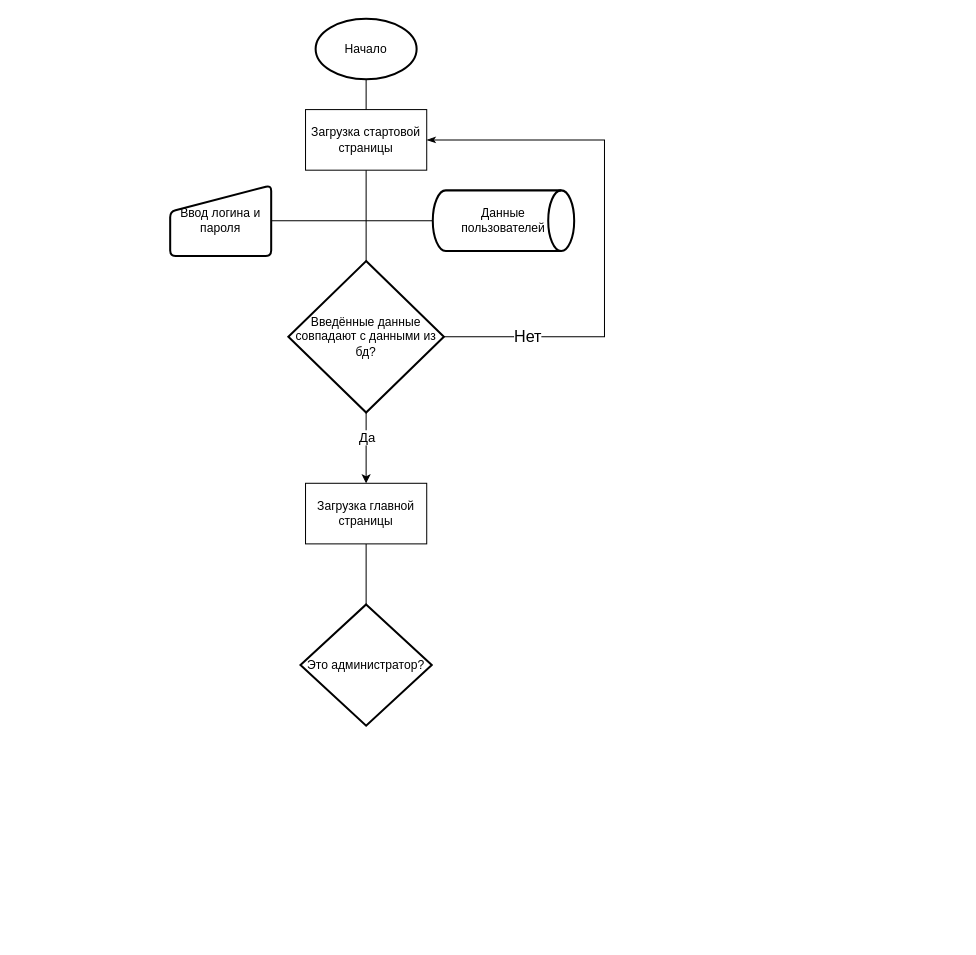
This is 2022glo1.drawio from FortunaMAKSIM/glo, a draw.io file, before an edit. Source tidied: cells renumbered, new cells numbered last; positions are measured from the earlier drawing's top-left corner, leaving out a move shared by most shapes. Both pictures are drawn from the tidied source at 101%, with x=0, y=0 at pixel (170, 18).
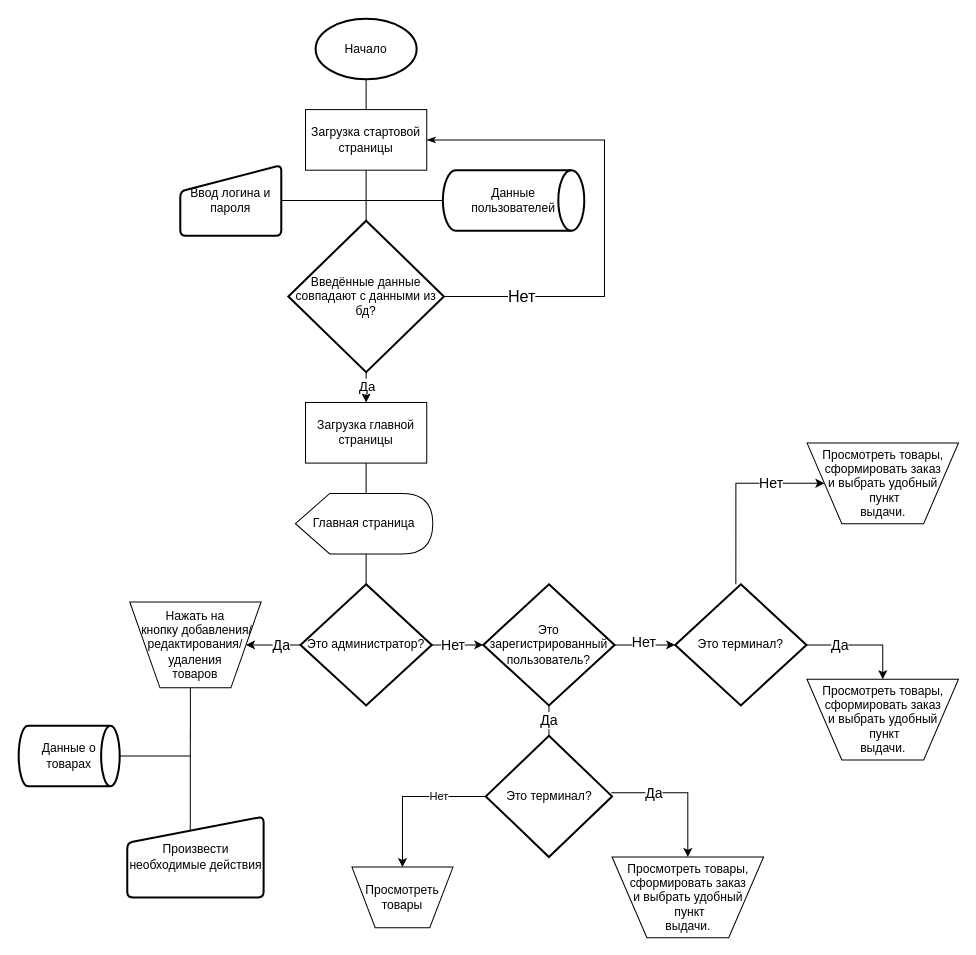
The same page after the edit.

The change refers to these unchanged cells:
```xml
<mxCell id="3" value="Загрузка стартовой&lt;br&gt;страницы" style="rounded=0;whiteSpace=wrap;html=1;" parent="1" vertex="1">
  <mxGeometry x="134" y="90" width="120" height="60" as="geometry" />
</mxCell>
```

Diff of the diagram source:
```diff
@@
     <mxCell id="5" value="Введённые данные совпадают с данными из бд?" style="strokeWidth=2;html=1;shape=mxgraph.flowchart.decision;whiteSpace=wrap;" parent="1" vertex="1">
-      <mxGeometry x="117" y="240" width="154" height="150" as="geometry" />
+      <mxGeometry x="117" y="200" width="154" height="150" as="geometry" />
     </mxCell>
@@
     <mxCell id="7" style="endArrow=classicThin;html=1;rounded=0;exitX=1;exitY=0.5;exitDx=0;exitDy=0;exitPerimeter=0;strokeWidth=1;edgeStyle=orthogonalEdgeStyle;entryX=1;entryY=0.5;entryDx=0;entryDy=0;fontSize=16;startArrow=none;startFill=0;endFill=1;" parent="1" edge="1" source="5" target="3">
       <mxGeometry relative="1" as="geometry">
         <Array as="points">
-          <mxPoint x="430" y="315" />
+          <mxPoint x="430" y="275" />
           <mxPoint x="430" y="120" />
         </Array>
       </mxGeometry>
     </mxCell>
@@
-    <mxCell id="9" style="endArrow=classic;html=1;rounded=0;exitX=0.5;exitY=1;exitDx=0;exitDy=0;exitPerimeter=0;endFill=1;" parent="1" edge="1" source="5">
-      <mxGeometry relative="1" as="geometry">
-        <mxPoint x="194" y="460" as="targetPoint" />
-      </mxGeometry>
+    <mxCell id="9" style="endArrow=classic;html=1;rounded=0;exitX=0.5;exitY=1;exitDx=0;exitDy=0;exitPerimeter=0;endFill=1;entryX=0.5;entryY=0;entryDx=0;entryDy=0;" parent="1" edge="1" source="5" target="15">
+      <mxGeometry relative="1" as="geometry" />
     </mxCell>
@@
     <mxCell id="11" value="Данные&lt;br&gt;пользователей" style="strokeWidth=2;html=1;shape=mxgraph.flowchart.direct_data;whiteSpace=wrap;" parent="1" vertex="1">
-      <mxGeometry x="260" y="170" width="140" height="60" as="geometry" />
+      <mxGeometry x="270" y="150" width="140" height="60" as="geometry" />
     </mxCell>
     <mxCell id="12" value="Ввод логина и пароля" style="html=1;strokeWidth=2;shape=manualInput;whiteSpace=wrap;rounded=1;size=26;arcSize=11;" parent="1" vertex="1">
-      <mxGeometry y="165" width="100" height="70" as="geometry" />
+      <mxGeometry x="10" y="145" width="100" height="70" as="geometry" />
     </mxCell>
@@
     <mxCell id="14" value="Это администратор?" style="strokeWidth=2;html=1;shape=mxgraph.flowchart.decision;whiteSpace=wrap;" parent="1" vertex="1">
-      <mxGeometry x="129" y="580" width="130" height="120" as="geometry" />
+      <mxGeometry x="129" y="560" width="130" height="120" as="geometry" />
     </mxCell>
     <mxCell id="15" value="Загрузка главной страницы" style="rounded=0;whiteSpace=wrap;html=1;" parent="1" vertex="1">
-      <mxGeometry x="134" y="460" width="120" height="60" as="geometry" />
+      <mxGeometry x="134" y="380" width="120" height="60" as="geometry" />
     </mxCell>
-    <mxCell id="16" style="endArrow=none;html=1;rounded=0;entryX=0.5;entryY=1;entryDx=0;entryDy=0;exitX=0.5;exitY=0;exitDx=0;exitDy=0;exitPerimeter=0;" parent="1" edge="1" source="14" target="15">
+    <mxCell id="16" style="endArrow=none;html=1;rounded=0;entryX=0.5;entryY=1;entryDx=0;entryDy=0;exitX=0;exitY=0;exitDx=70;exitDy=0;exitPerimeter=0;" parent="1" edge="1" source="17" target="15">
       <mxGeometry relative="1" as="geometry" />
     </mxCell>
+    <mxCell id="17" value="Главная страница" style="shape=display;whiteSpace=wrap;html=1;" parent="1" vertex="1">
+      <mxGeometry x="124" y="470" width="136" height="60" as="geometry" />
+    </mxCell>
+    <mxCell id="18" style="endArrow=none;html=1;rounded=0;entryX=0;entryY=0;entryDx=70;entryDy=60;entryPerimeter=0;exitX=0.5;exitY=0;exitDx=0;exitDy=0;exitPerimeter=0;" parent="1" edge="1" source="14" target="17">
+      <mxGeometry relative="1" as="geometry" />
+    </mxCell>
+    <mxCell id="19" value="Нажать на&lt;br&gt;&amp;nbsp;кнопку&amp;nbsp;добавления/редактирования/удаления&lt;br&gt;товаров" style="verticalLabelPosition=middle;verticalAlign=middle;html=1;shape=trapezoid;perimeter=trapezoidPerimeter;whiteSpace=wrap;size=0.23;arcSize=10;flipV=1;labelPosition=center;align=center;" parent="1" vertex="1">
+      <mxGeometry x="-40" y="577.5" width="130" height="85" as="geometry" />
+    </mxCell>
+    <mxCell id="20" style="endArrow=none;html=1;rounded=0;entryX=0;entryY=0.5;entryDx=0;entryDy=0;entryPerimeter=0;exitX=1;exitY=0.5;exitDx=0;exitDy=0;startArrow=classic;startFill=1;" parent="1" edge="1" source="19" target="14">
+      <mxGeometry relative="1" as="geometry" />
+    </mxCell>
+    <mxCell id="21" value="&lt;font style=&quot;font-size: 14px;&quot;&gt;Да&lt;/font&gt;" style="edgeLabel;html=1;align=center;verticalAlign=middle;" parent="20" vertex="1">
+      <mxGeometry x="0.26" y="-2" relative="1" as="geometry">
+        <mxPoint y="-2" as="offset" />
+      </mxGeometry>
+    </mxCell>
+    <mxCell id="22" value="Это зарегистрированный пользователь?" style="strokeWidth=2;html=1;shape=mxgraph.flowchart.decision;whiteSpace=wrap;" parent="1" vertex="1">
+      <mxGeometry x="310" y="560" width="130" height="120" as="geometry" />
+    </mxCell>
+    <mxCell id="23" style="endArrow=none;html=1;rounded=0;entryX=1;entryY=0.5;entryDx=0;entryDy=0;entryPerimeter=0;exitX=0;exitY=0.5;exitDx=0;exitDy=0;exitPerimeter=0;endFill=0;startArrow=classic;startFill=1;" parent="1" edge="1" source="22" target="14">
+      <mxGeometry relative="1" as="geometry" />
+    </mxCell>
+    <mxCell id="24" value="&lt;font style=&quot;font-size: 14px;&quot;&gt;Нет&lt;/font&gt;" style="edgeLabel;html=1;align=center;verticalAlign=middle;" parent="23" vertex="1">
+      <mxGeometry x="-0.12" y="-1" relative="1" as="geometry">
+        <mxPoint x="-9" y="1" as="offset" />
+      </mxGeometry>
+    </mxCell>
+    <mxCell id="25" value="Просмотреть товары" style="verticalLabelPosition=middle;verticalAlign=middle;html=1;shape=trapezoid;perimeter=trapezoidPerimeter;whiteSpace=wrap;size=0.23;arcSize=10;flipV=1;labelPosition=center;align=center;" parent="1" vertex="1">
+      <mxGeometry x="180" y="840" width="100" height="60" as="geometry" />
+    </mxCell>
+    <mxCell id="26" style="endArrow=none;html=1;rounded=0;entryX=0.5;entryY=1;entryDx=0;entryDy=0;entryPerimeter=0;exitX=0.5;exitY=0;exitDx=0;exitDy=0;exitPerimeter=0;" parent="1" edge="1" source="28" target="22">
+      <mxGeometry relative="1" as="geometry" />
+    </mxCell>
+    <mxCell id="27" value="&lt;font style=&quot;font-size: 14px;&quot;&gt;Да&lt;/font&gt;" style="edgeLabel;html=1;align=center;verticalAlign=middle;" parent="26" vertex="1">
+      <mxGeometry x="0.07" y="1" relative="1" as="geometry" />
+    </mxCell>
+    <mxCell id="28" value="Это терминал?" style="strokeWidth=2;html=1;shape=mxgraph.flowchart.decision;whiteSpace=wrap;" parent="1" vertex="1">
+      <mxGeometry x="312.5" y="710" width="125" height="120" as="geometry" />
+    </mxCell>
+    <mxCell id="29" style="endArrow=none;html=1;rounded=0;edgeStyle=orthogonalEdgeStyle;entryX=0;entryY=0.5;entryDx=0;entryDy=0;entryPerimeter=0;exitX=0.5;exitY=0;exitDx=0;exitDy=0;endFill=0;startArrow=classic;startFill=1;" parent="1" edge="1" source="25" target="28">
+      <mxGeometry relative="1" as="geometry" />
+    </mxCell>
+    <mxCell id="30" value="Нет" style="edgeLabel;html=1;align=center;verticalAlign=middle;" parent="29" vertex="1">
+      <mxGeometry x="0.38" y="1" relative="1" as="geometry" />
+    </mxCell>
+    <mxCell id="31" value="&lt;div&gt;Просмотреть товары,&lt;br&gt;сформировать заказ&lt;br&gt;и&amp;nbsp;&lt;span style=&quot;background-color: initial;&quot;&gt;выбрать удобный&lt;br&gt;&amp;nbsp;пункт&lt;br&gt;выдачи.&lt;/span&gt;&lt;/div&gt;" style="verticalLabelPosition=middle;verticalAlign=middle;html=1;shape=trapezoid;perimeter=trapezoidPerimeter;whiteSpace=wrap;size=0.23;arcSize=10;flipV=1;labelPosition=center;align=center;" parent="1" vertex="1">
+      <mxGeometry x="437.5" y="830" width="150" height="80" as="geometry" />
+    </mxCell>
+    <mxCell id="32" style="endArrow=none;html=1;rounded=0;entryX=0.994;entryY=0.47;entryDx=0;entryDy=0;entryPerimeter=0;edgeStyle=orthogonalEdgeStyle;exitX=0.5;exitY=0;exitDx=0;exitDy=0;endFill=0;startArrow=classic;startFill=1;" parent="1" edge="1" source="31" target="28">
+      <mxGeometry relative="1" as="geometry" />
+    </mxCell>
+    <mxCell id="33" value="&lt;font style=&quot;font-size: 14px;&quot;&gt;Да&lt;/font&gt;" style="edgeLabel;html=1;align=center;verticalAlign=middle;" parent="32" vertex="1">
+      <mxGeometry x="0.41" relative="1" as="geometry" />
+    </mxCell>
+    <mxCell id="34" style="endArrow=none;html=1;rounded=0;entryX=1;entryY=0.5;entryDx=0;entryDy=0;entryPerimeter=0;endFill=0;startArrow=classic;startFill=1;" parent="1" edge="1" target="22">
+      <mxGeometry relative="1" as="geometry">
+        <mxPoint x="500" y="620" as="sourcePoint" />
+      </mxGeometry>
+    </mxCell>
+    <mxCell id="35" value="&lt;font style=&quot;font-size: 14px;&quot;&gt;Нет&lt;/font&gt;" style="edgeLabel;html=1;align=center;verticalAlign=middle;" parent="34" vertex="1">
+      <mxGeometry x="0.06" y="-3" relative="1" as="geometry" />
+    </mxCell>
+    <mxCell id="36" value="Это терминал?" style="strokeWidth=2;html=1;shape=mxgraph.flowchart.decision;whiteSpace=wrap;" parent="1" vertex="1">
+      <mxGeometry x="500" y="560" width="130" height="120" as="geometry" />
+    </mxCell>
+    <mxCell id="37" value="&lt;div&gt;Просмотреть товары,&lt;br&gt;сформировать заказ&lt;br&gt;и&amp;nbsp;&lt;span style=&quot;background-color: initial;&quot;&gt;выбрать удобный&lt;br&gt;&amp;nbsp;пункт&lt;br&gt;выдачи.&lt;/span&gt;&lt;/div&gt;" style="verticalLabelPosition=middle;verticalAlign=middle;html=1;shape=trapezoid;perimeter=trapezoidPerimeter;whiteSpace=wrap;size=0.23;arcSize=10;flipV=1;labelPosition=center;align=center;" parent="1" vertex="1">
+      <mxGeometry x="630.5" y="654" width="150" height="80" as="geometry" />
+    </mxCell>
+    <mxCell id="38" style="endArrow=none;html=1;rounded=0;entryX=1;entryY=0.5;entryDx=0;entryDy=0;entryPerimeter=0;edgeStyle=orthogonalEdgeStyle;exitX=0.5;exitY=0;exitDx=0;exitDy=0;endFill=0;startArrow=classic;startFill=1;" parent="1" edge="1" source="37" target="36">
+      <mxGeometry relative="1" as="geometry" />
+    </mxCell>
+    <mxCell id="39" value="&lt;font style=&quot;font-size: 14px;&quot;&gt;Да&lt;/font&gt;" style="edgeLabel;html=1;align=center;verticalAlign=middle;" parent="38" vertex="1">
+      <mxGeometry x="0.41" relative="1" as="geometry" />
+    </mxCell>
+    <mxCell id="40" value="&lt;div&gt;Просмотреть товары,&lt;br&gt;сформировать заказ&lt;br&gt;и&amp;nbsp;&lt;span style=&quot;background-color: initial;&quot;&gt;выбрать удобный&lt;br&gt;&amp;nbsp;пункт&lt;br&gt;выдачи.&lt;/span&gt;&lt;/div&gt;" style="verticalLabelPosition=middle;verticalAlign=middle;html=1;shape=trapezoid;perimeter=trapezoidPerimeter;whiteSpace=wrap;size=0.23;arcSize=10;flipV=1;labelPosition=center;align=center;" parent="1" vertex="1">
+      <mxGeometry x="630.5" y="420" width="150" height="80" as="geometry" />
+    </mxCell>
+    <mxCell id="41" style="endArrow=classic;html=1;rounded=0;exitX=0.462;exitY=0;exitDx=0;exitDy=0;exitPerimeter=0;edgeStyle=orthogonalEdgeStyle;entryX=0;entryY=0.5;entryDx=0;entryDy=0;startArrow=none;startFill=0;endFill=1;" parent="1" edge="1" source="36" target="40">
+      <mxGeometry relative="1" as="geometry">
+        <Array as="points">
+          <mxPoint x="560" y="460" />
+        </Array>
+      </mxGeometry>
+    </mxCell>
+    <mxCell id="42" value="&lt;font style=&quot;font-size: 14px;&quot;&gt;Нет&lt;/font&gt;" style="edgeLabel;html=1;align=center;verticalAlign=middle;" parent="41" vertex="1">
+      <mxGeometry x="0.43" y="1" relative="1" as="geometry" />
+    </mxCell>
+    <mxCell id="43" value="Произвести необходимые действия" style="html=1;strokeWidth=2;shape=manualInput;whiteSpace=wrap;rounded=1;size=26;arcSize=11;" parent="1" vertex="1">
+      <mxGeometry x="-42.5" y="790" width="135" height="80" as="geometry" />
+    </mxCell>
+    <mxCell id="44" style="endArrow=none;html=1;rounded=0;entryX=0.5;entryY=1;entryDx=0;entryDy=0;exitX=0.499;exitY=0.165;exitDx=0;exitDy=0;exitPerimeter=0;" parent="1" edge="1">
+      <mxGeometry relative="1" as="geometry">
+        <mxPoint x="19.9" y="803.2" as="sourcePoint" />
+        <mxPoint x="20" y="662.5" as="targetPoint" />
+      </mxGeometry>
+    </mxCell>
+    <mxCell id="45" value="Данные о товарах" style="strokeWidth=2;html=1;shape=mxgraph.flowchart.direct_data;whiteSpace=wrap;" parent="1" vertex="1">
+      <mxGeometry x="-150" y="700" width="100" height="60" as="geometry" />
+    </mxCell>
+    <mxCell id="46" style="endArrow=none;html=1;rounded=0;entryX=1;entryY=0.5;entryDx=0;entryDy=0;entryPerimeter=0;" parent="1" edge="1" target="45">
+      <mxGeometry relative="1" as="geometry">
+        <mxPoint x="20" y="730" as="sourcePoint" />
+      </mxGeometry>
+    </mxCell>
```
